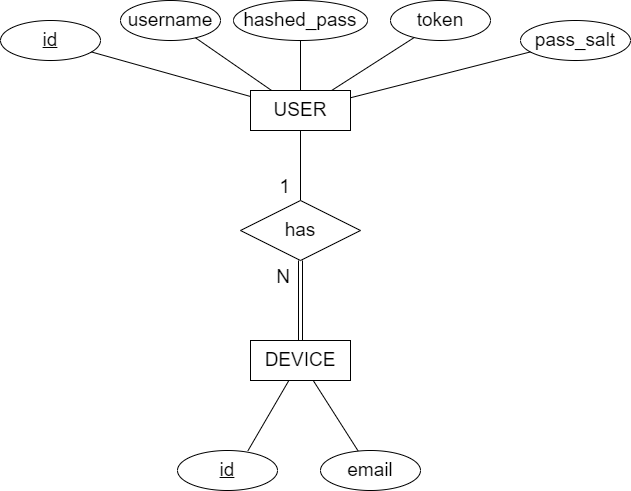
The draw.io diagram Diagrams/PostgresDB-diagram.drawio.png in MiguelRocha2001/PS-Monitor-IoT-System, before a commit. Source tidied: cells renumbered, new cells last; positions are measured from the earlier drawing's top-left corner, leaving out a move shared by most shapes.
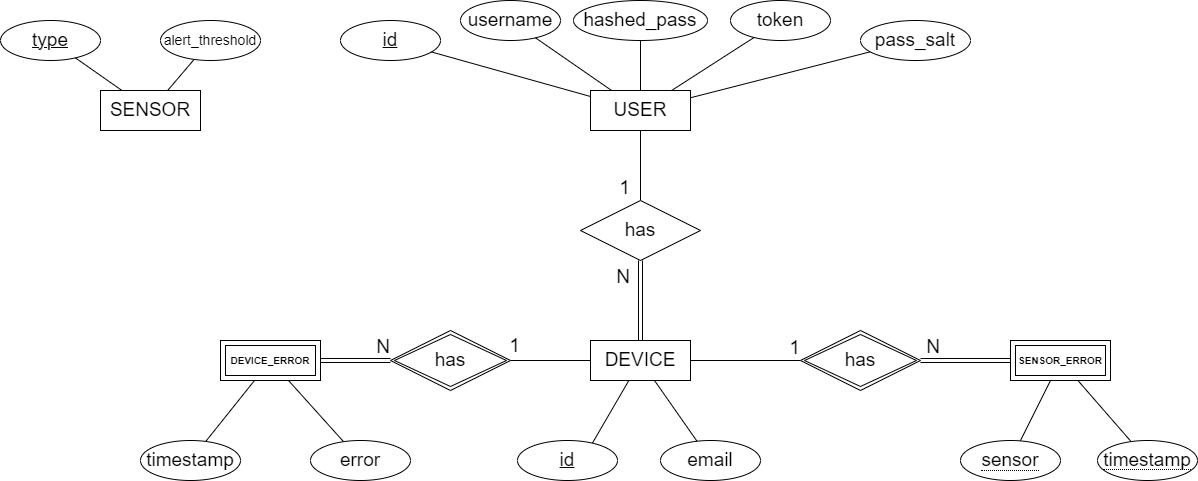
Later version of the same file.

Change to the diagram source:
```diff
@@ -11,7 +11,7 @@
       <mxGeometry relative="1" as="geometry" />
     </mxCell>
     <mxCell id="4" value="&lt;font style=&quot;font-size: 19px;&quot;&gt;email&lt;/font&gt;" style="ellipse;whiteSpace=wrap;html=1;align=center;" parent="1" vertex="1">
-      <mxGeometry x="320" y="450" width="100" height="40" as="geometry" />
+      <mxGeometry x="320" y="440" width="100" height="40" as="geometry" />
     </mxCell>
     <mxCell id="5" value="&lt;font style=&quot;font-size: 19px;&quot;&gt;USER&lt;/font&gt;" style="whiteSpace=wrap;html=1;align=center;" parent="1" vertex="1">
       <mxGeometry x="250" y="90" width="100" height="40" as="geometry" />
@@ -48,6 +48,16 @@
         <mxPoint x="-10" as="offset" />
       </mxGeometry>
     </mxCell>
+    <mxCell id="23" value="&lt;font style=&quot;font-size: 19px;&quot;&gt;1&lt;/font&gt;" style="html=1;align=right;verticalAlign=bottom;" parent="14" vertex="1">
+      <mxGeometry x="1" relative="1" as="geometry">
+        <mxPoint x="160" y="160" as="offset" />
+      </mxGeometry>
+    </mxCell>
+    <mxCell id="24" value="&lt;font style=&quot;font-size: 19px;&quot;&gt;1&lt;/font&gt;" style="html=1;align=right;verticalAlign=bottom;" parent="14" vertex="1">
+      <mxGeometry x="1" relative="1" as="geometry">
+        <mxPoint x="-120" y="158" as="offset" />
+      </mxGeometry>
+    </mxCell>
     <mxCell id="16" style="endArrow=none;html=1;rounded=0;shape=link;exitX=0.5;exitY=0;exitDx=0;exitDy=0;" parent="1" edge="1" source="20" target="22">
       <mxGeometry relative="1" as="geometry" />
     </mxCell>
@@ -56,20 +66,95 @@
         <mxPoint x="-10" y="30" as="offset" />
       </mxGeometry>
     </mxCell>
+    <mxCell id="25" value="&lt;font style=&quot;font-size: 19px;&quot;&gt;N&lt;/font&gt;" style="html=1;align=right;verticalAlign=bottom;" parent="16" vertex="1">
+      <mxGeometry x="1" relative="1" as="geometry">
+        <mxPoint x="300" y="100" as="offset" />
+      </mxGeometry>
+    </mxCell>
+    <mxCell id="26" value="&lt;font style=&quot;font-size: 19px;&quot;&gt;N&lt;/font&gt;" style="html=1;align=right;verticalAlign=bottom;" parent="16" vertex="1">
+      <mxGeometry x="1" relative="1" as="geometry">
+        <mxPoint x="-250" y="100" as="offset" />
+      </mxGeometry>
+    </mxCell>
     <mxCell id="18" value="&lt;font style=&quot;font-size: 19px;&quot;&gt;pass_salt&lt;/font&gt;" style="ellipse;whiteSpace=wrap;html=1;align=center;" parent="1" vertex="1">
       <mxGeometry x="520" y="20" width="110" height="40" as="geometry" />
     </mxCell>
     <mxCell id="19" style="endArrow=none;html=1;rounded=0;" parent="1" edge="1" source="18" target="5">
       <mxGeometry relative="1" as="geometry" />
     </mxCell>
+    <mxCell id="27" style="edgeStyle=orthogonalEdgeStyle;rounded=0;jettySize=auto;html=1;endArrow=none;endFill=0;" parent="1" edge="1" source="20" target="33">
+      <mxGeometry relative="1" as="geometry" />
+    </mxCell>
+    <mxCell id="28" style="edgeStyle=orthogonalEdgeStyle;rounded=0;jettySize=auto;html=1;endArrow=none;endFill=0;" parent="1" edge="1" source="20" target="38">
+      <mxGeometry relative="1" as="geometry" />
+    </mxCell>
     <mxCell id="20" value="&lt;font style=&quot;font-size: 19px;&quot;&gt;DEVICE&lt;/font&gt;" style="whiteSpace=wrap;html=1;align=center;" parent="1" vertex="1">
       <mxGeometry x="250" y="340" width="100" height="40" as="geometry" />
     </mxCell>
     <mxCell id="21" value="&lt;font style=&quot;font-size: 19px;&quot;&gt;id&lt;/font&gt;" style="ellipse;whiteSpace=wrap;html=1;align=center;fontStyle=4;" parent="1" vertex="1">
-      <mxGeometry x="177" y="450" width="100" height="40" as="geometry" />
+      <mxGeometry x="177" y="440" width="100" height="40" as="geometry" />
     </mxCell>
     <mxCell id="22" value="&lt;font style=&quot;font-size: 19px;&quot;&gt;has&lt;/font&gt;" style="shape=rhombus;perimeter=rhombusPerimeter;whiteSpace=wrap;html=1;align=center;" parent="1" vertex="1">
       <mxGeometry x="240" y="200" width="120" height="60" as="geometry" />
     </mxCell>
+    <mxCell id="29" style="edgeStyle=orthogonalEdgeStyle;rounded=0;jettySize=auto;html=1;shape=link;" parent="1" edge="1" source="33">
+      <mxGeometry relative="1" as="geometry">
+        <mxPoint x="679" y="360" as="targetPoint" />
+      </mxGeometry>
+    </mxCell>
+    <mxCell id="30" style="endArrow=none;html=1;rounded=0;" parent="1" edge="1" source="34" target="32">
+      <mxGeometry relative="1" as="geometry" />
+    </mxCell>
+    <mxCell id="31" style="endArrow=none;html=1;rounded=0;" parent="1" edge="1" source="35" target="32">
+      <mxGeometry relative="1" as="geometry" />
+    </mxCell>
+    <mxCell id="32" value="SENSOR_ERROR" style="shape=ext;margin=3;double=1;whiteSpace=wrap;html=1;align=center;fontSize=10;fontStyle=1;" parent="1" vertex="1">
+      <mxGeometry x="670" y="340" width="100" height="40" as="geometry" />
+    </mxCell>
+    <mxCell id="33" value="has" style="shape=rhombus;double=1;perimeter=rhombusPerimeter;whiteSpace=wrap;html=1;align=center;fontSize=19;" parent="1" vertex="1">
+      <mxGeometry x="460" y="330" width="120" height="60" as="geometry" />
+    </mxCell>
+    <mxCell id="34" value="&lt;span style=&quot;border-bottom: 1px dotted; font-size: 19px;&quot;&gt;sensor&lt;/span&gt;" style="ellipse;whiteSpace=wrap;html=1;align=center;fontSize=19;" parent="1" vertex="1">
+      <mxGeometry x="620" y="440" width="100" height="40" as="geometry" />
+    </mxCell>
+    <mxCell id="35" value="&lt;span style=&quot;border-bottom: 1px dotted&quot;&gt;&lt;font style=&quot;font-size: 19px;&quot;&gt;timestamp&lt;/font&gt;&lt;/span&gt;" style="ellipse;whiteSpace=wrap;html=1;align=center;" parent="1" vertex="1">
+      <mxGeometry x="757" y="440" width="100" height="40" as="geometry" />
+    </mxCell>
+    <mxCell id="36" style="edgeStyle=orthogonalEdgeStyle;rounded=0;jettySize=auto;html=1;endArrow=none;endFill=0;shape=link;" parent="1" edge="1" source="37" target="38">
+      <mxGeometry relative="1" as="geometry" />
+    </mxCell>
+    <mxCell id="37" value="DEVICE_ERROR" style="shape=ext;margin=3;double=1;whiteSpace=wrap;html=1;align=center;fontSize=10;fontStyle=1;" parent="1" vertex="1">
+      <mxGeometry x="-120" y="340" width="100" height="40" as="geometry" />
+    </mxCell>
+    <mxCell id="38" value="has" style="shape=rhombus;double=1;perimeter=rhombusPerimeter;whiteSpace=wrap;html=1;align=center;fontSize=19;" parent="1" vertex="1">
+      <mxGeometry x="50" y="330" width="120" height="60" as="geometry" />
+    </mxCell>
+    <mxCell id="39" style="endArrow=none;html=1;rounded=0;" parent="1" edge="1" source="40" target="37">
+      <mxGeometry relative="1" as="geometry" />
+    </mxCell>
+    <mxCell id="40" value="&lt;span style=&quot;font-size: 19px;&quot;&gt;error&lt;/span&gt;" style="ellipse;whiteSpace=wrap;html=1;align=center;" parent="1" vertex="1">
+      <mxGeometry x="-30" y="440" width="100" height="40" as="geometry" />
+    </mxCell>
+    <mxCell id="41" value="timestamp" style="ellipse;whiteSpace=wrap;html=1;align=center;fontSize=19;" parent="1" vertex="1">
+      <mxGeometry x="-200" y="440" width="100" height="40" as="geometry" />
+    </mxCell>
+    <mxCell id="42" style="endArrow=none;html=1;rounded=0;" parent="1" edge="1" source="41" target="37">
+      <mxGeometry relative="1" as="geometry" />
+    </mxCell>
+    <mxCell id="43" value="&lt;font style=&quot;font-size: 19px;&quot;&gt;SENSOR&lt;/font&gt;" style="whiteSpace=wrap;html=1;align=center;" parent="1" vertex="1">
+      <mxGeometry x="-240" y="90" width="100" height="40" as="geometry" />
+    </mxCell>
+    <mxCell id="44" value="&lt;font style=&quot;font-size: 19px;&quot;&gt;type&lt;/font&gt;" style="ellipse;whiteSpace=wrap;html=1;align=center;fontStyle=4;" parent="1" vertex="1">
+      <mxGeometry x="-340" y="20" width="100" height="40" as="geometry" />
+    </mxCell>
+    <mxCell id="45" style="endArrow=none;html=1;rounded=0;" parent="1" edge="1" source="44" target="43">
+      <mxGeometry relative="1" as="geometry" />
+    </mxCell>
+    <mxCell id="46" value="&lt;font style=&quot;font-size: 14px;&quot;&gt;alert_threshold&lt;/font&gt;" style="ellipse;whiteSpace=wrap;html=1;align=center;" parent="1" vertex="1">
+      <mxGeometry x="-180" y="20" width="100" height="40" as="geometry" />
+    </mxCell>
+    <mxCell id="47" style="endArrow=none;html=1;rounded=0;" parent="1" edge="1" source="46" target="43">
+      <mxGeometry relative="1" as="geometry" />
+    </mxCell>
   </root>
 </mxGraphModel>
```
